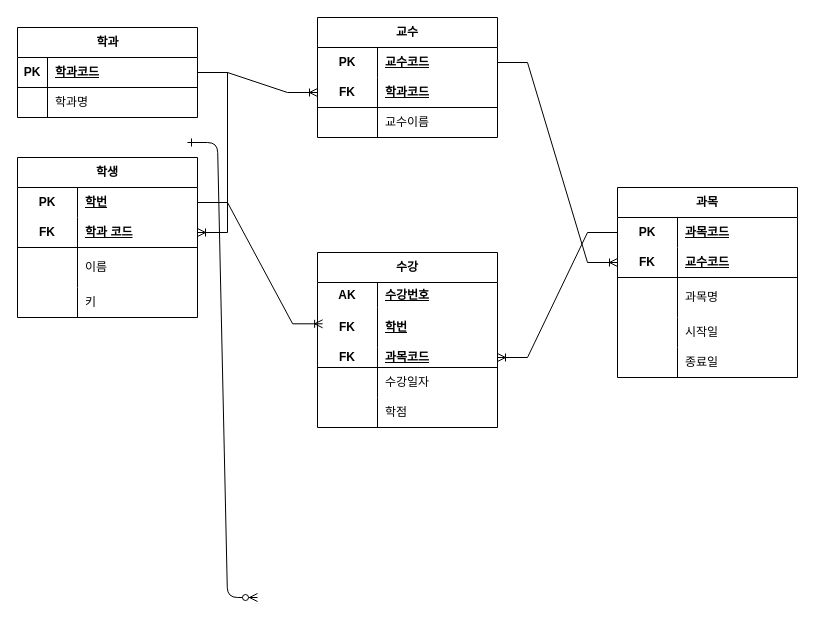
The draw.io diagram rm.drawio in hikyle02/erd, before the edit. Source tidied: cells renumbered, new cells numbered last; positions are measured from the earlier drawing's top-left corner, leaving out a move shared by most shapes. Both pictures are drawn from the tidied source at 100%, with x=0, y=0 at pixel (17, 17).
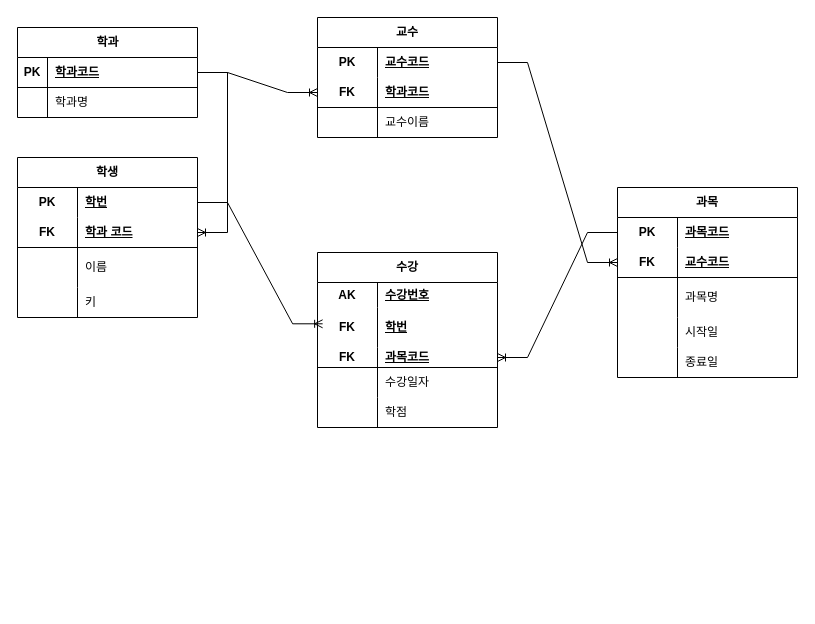
The same diagram, later.

Diff of the diagram source:
```diff
@@
-    <mxCell id="2" style="edgeStyle=entityRelationEdgeStyle;endArrow=ERzeroToMany;startArrow=ERone;endFill=1;startFill=0;" parent="1" edge="1">
-      <mxGeometry relative="1" as="geometry">
-        <mxPoint x="170" y="125" as="sourcePoint" />
-        <mxPoint x="240" y="580" as="targetPoint" />
-      </mxGeometry>
-    </mxCell>
```
